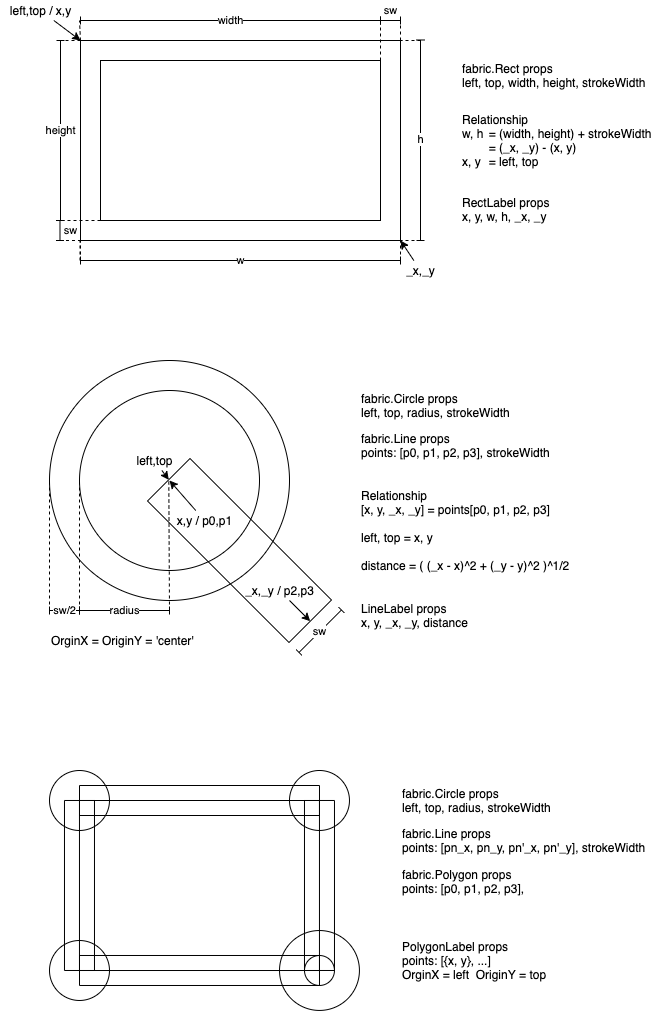
Above: docs/graph/Label.drawio.png in ZitySpace/react-annotate (draw.io), before the change. Source tidied: cells renumbered, new cells last; positions are measured from the earlier drawing's top-left corner, leaving out a move shared by most shapes.
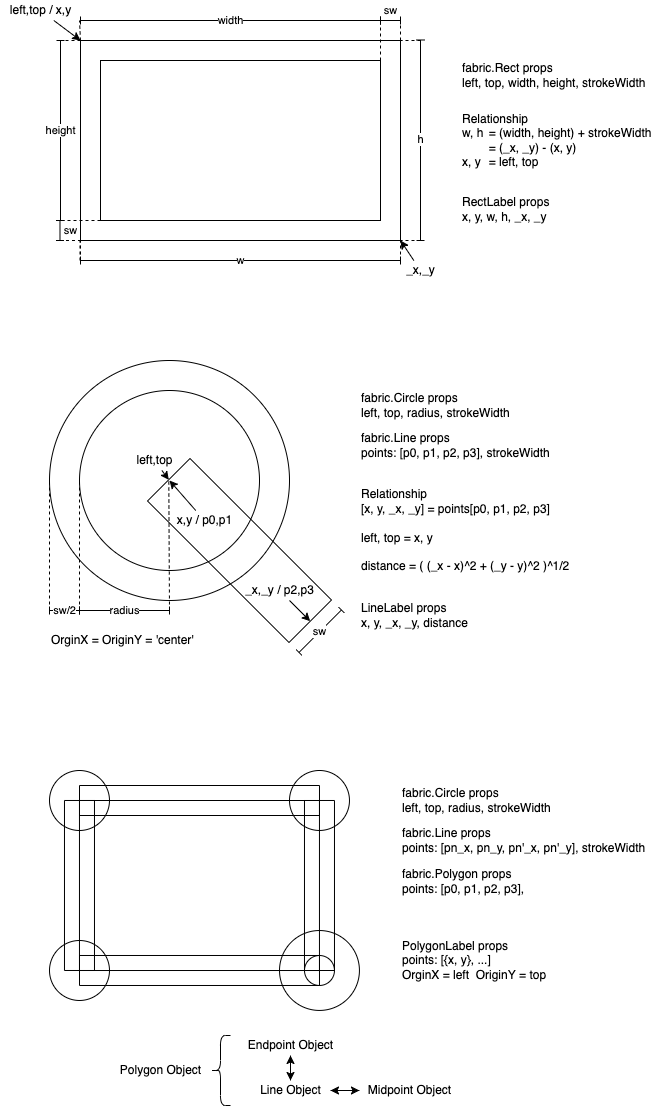
After the change.

Commit message:
docs: add object associated relationship in graph.

Change to the diagram source:
```diff
@@ -285,5 +285,32 @@
     <mxCell id="73" style="ellipse;whiteSpace=wrap;html=1;fillColor=none;" parent="71" vertex="1">
       <mxGeometry x="25" y="25" width="30" height="30" as="geometry" />
     </mxCell>
+    <mxCell id="74" style="shape=curlyBracket;whiteSpace=wrap;html=1;rounded=1;" parent="1" vertex="1">
+      <mxGeometry x="210" y="1035" width="20" height="70" as="geometry" />
+    </mxCell>
+    <mxCell id="75" value="Polygon Object" style="text;html=1;align=center;verticalAlign=middle;strokeColor=none;fillColor=none;" parent="1" vertex="1">
+      <mxGeometry x="110" y="1060" width="100" height="20" as="geometry" />
+    </mxCell>
+    <mxCell id="76" style="edgeStyle=none;html=1;" parent="1" edge="1" source="77" target="80">
+      <mxGeometry relative="1" as="geometry" />
+    </mxCell>
+    <mxCell id="77" value="Endpoint Object" style="text;html=1;align=center;verticalAlign=middle;points=[];strokeColor=none;fillColor=none;" parent="1" vertex="1">
+      <mxGeometry x="240" y="1035" width="100" height="20" as="geometry" />
+    </mxCell>
+    <mxCell id="78" style="edgeStyle=none;html=1;" parent="1" edge="1" source="80" target="77">
+      <mxGeometry relative="1" as="geometry" />
+    </mxCell>
+    <mxCell id="79" style="edgeStyle=none;html=1;" parent="1" edge="1" source="80" target="82">
+      <mxGeometry relative="1" as="geometry" />
+    </mxCell>
+    <mxCell id="80" value="Line Object" style="text;html=1;align=center;verticalAlign=middle;points=[];strokeColor=none;fillColor=none;" parent="1" vertex="1">
+      <mxGeometry x="250" y="1080" width="80" height="20" as="geometry" />
+    </mxCell>
+    <mxCell id="81" style="edgeStyle=none;html=1;" parent="1" edge="1" source="82" target="80">
+      <mxGeometry relative="1" as="geometry" />
+    </mxCell>
+    <mxCell id="82" value="Midpoint Object" style="text;html=1;align=center;verticalAlign=middle;points=[];strokeColor=none;fillColor=none;" parent="1" vertex="1">
+      <mxGeometry x="359" y="1080" width="100" height="20" as="geometry" />
+    </mxCell>
   </root>
 </mxGraphModel>
```
